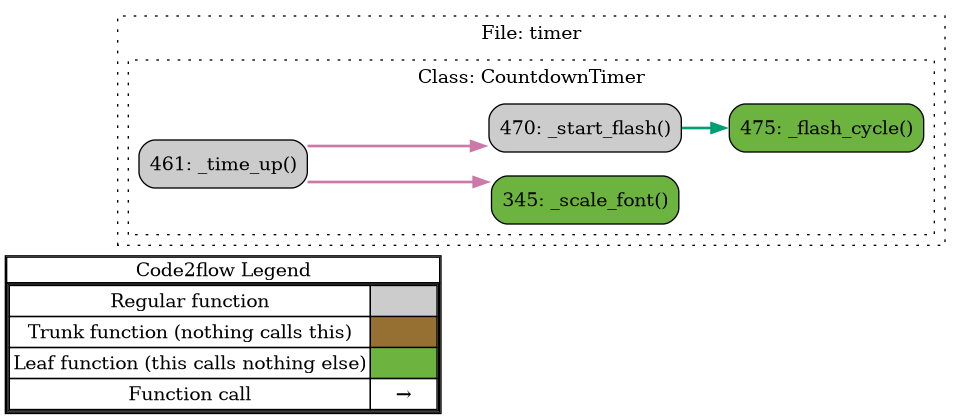
Before: diagram2.png, a diagram exported from Graphviz (designrevolutions/python-countdown-timer). Its source is kept beside it as diagram2.gv. Its diagram source:
```dot
digraph G {
concentrate=true;
splines="ortho";
rankdir="LR";
subgraph legend{
    rank = min;
    label = "legend";
    Legend [shape=none, margin=0, label = <
        <table cellspacing="0" cellpadding="0" border="1"><tr><td>Code2flow Legend</td></tr><tr><td>
        <table cellspacing="0">
        <tr><td>Regular function</td><td width="50px" bgcolor='#cccccc'></td></tr>
        <tr><td>Trunk function (nothing calls this)</td><td bgcolor='#966F33'></td></tr>
        <tr><td>Leaf function (this calls nothing else)</td><td bgcolor='#6db33f'></td></tr>
        <tr><td>Function call</td><td><font color='black'>&#8594;</font></td></tr>
        </table></td></tr></table>
        >];
}node_ce07c7a2 [label="475: _flash_cycle()" name="timer::CountdownTimer._flash_cycle" shape="rect" style="rounded,filled" fillcolor="#6db33f" ];
node_207e25da [label="345: _scale_font()" name="timer::CountdownTimer._scale_font" shape="rect" style="rounded,filled" fillcolor="#6db33f" ];
node_a9361e63 [label="470: _start_flash()" name="timer::CountdownTimer._start_flash" shape="rect" style="rounded,filled" fillcolor="#cccccc" ];
node_01496c17 [label="461: _time_up()" name="timer::CountdownTimer._time_up" shape="rect" style="rounded,filled" fillcolor="#cccccc" ];
node_a9361e63 -> node_ce07c7a2 [color="#009E73" penwidth="2"];
node_01496c17 -> node_207e25da [color="#CC79A7" penwidth="2"];
node_01496c17 -> node_a9361e63 [color="#CC79A7" penwidth="2"];
subgraph cluster_a6ef0c47 {
    label="File: timer";
    name="timer";
    style="filled";
    graph[style=dotted];
    subgraph cluster_0dde1975 {
        node_207e25da node_01496c17 node_a9361e63 node_ce07c7a2;
        label="Class: CountdownTimer";
        name="CountdownTimer";
        style="filled";
        graph[style=dotted];
    };
};
}
```
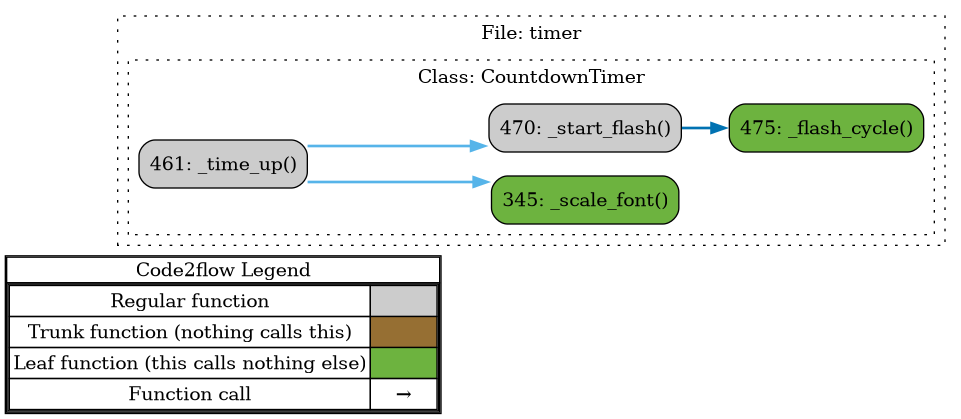
Later version of the same file.

Change to the diagram source:
```diff
@@ -14,20 +14,20 @@
         <tr><td>Function call</td><td><font color='black'>&#8594;</font></td></tr>
         </table></td></tr></table>
         >];
-}node_ce07c7a2 [label="475: _flash_cycle()" name="timer::CountdownTimer._flash_cycle" shape="rect" style="rounded,filled" fillcolor="#6db33f" ];
-node_207e25da [label="345: _scale_font()" name="timer::CountdownTimer._scale_font" shape="rect" style="rounded,filled" fillcolor="#6db33f" ];
-node_a9361e63 [label="470: _start_flash()" name="timer::CountdownTimer._start_flash" shape="rect" style="rounded,filled" fillcolor="#cccccc" ];
-node_01496c17 [label="461: _time_up()" name="timer::CountdownTimer._time_up" shape="rect" style="rounded,filled" fillcolor="#cccccc" ];
-node_a9361e63 -> node_ce07c7a2 [color="#009E73" penwidth="2"];
-node_01496c17 -> node_207e25da [color="#CC79A7" penwidth="2"];
-node_01496c17 -> node_a9361e63 [color="#CC79A7" penwidth="2"];
-subgraph cluster_a6ef0c47 {
+}node_c4a5cb5f [label="475: _flash_cycle()" name="timer::CountdownTimer._flash_cycle" shape="rect" style="rounded,filled" fillcolor="#6db33f" ];
+node_431e5995 [label="345: _scale_font()" name="timer::CountdownTimer._scale_font" shape="rect" style="rounded,filled" fillcolor="#6db33f" ];
+node_86e3c74d [label="470: _start_flash()" name="timer::CountdownTimer._start_flash" shape="rect" style="rounded,filled" fillcolor="#cccccc" ];
+node_6fa62402 [label="461: _time_up()" name="timer::CountdownTimer._time_up" shape="rect" style="rounded,filled" fillcolor="#cccccc" ];
+node_86e3c74d -> node_c4a5cb5f [color="#0072B2" penwidth="2"];
+node_6fa62402 -> node_431e5995 [color="#56B4E9" penwidth="2"];
+node_6fa62402 -> node_86e3c74d [color="#56B4E9" penwidth="2"];
+subgraph cluster_4ca73133 {
     label="File: timer";
     name="timer";
     style="filled";
     graph[style=dotted];
-    subgraph cluster_0dde1975 {
-        node_207e25da node_01496c17 node_a9361e63 node_ce07c7a2;
+    subgraph cluster_850518c4 {
+        node_431e5995 node_6fa62402 node_86e3c74d node_c4a5cb5f;
         label="Class: CountdownTimer";
         name="CountdownTimer";
         style="filled";
```
